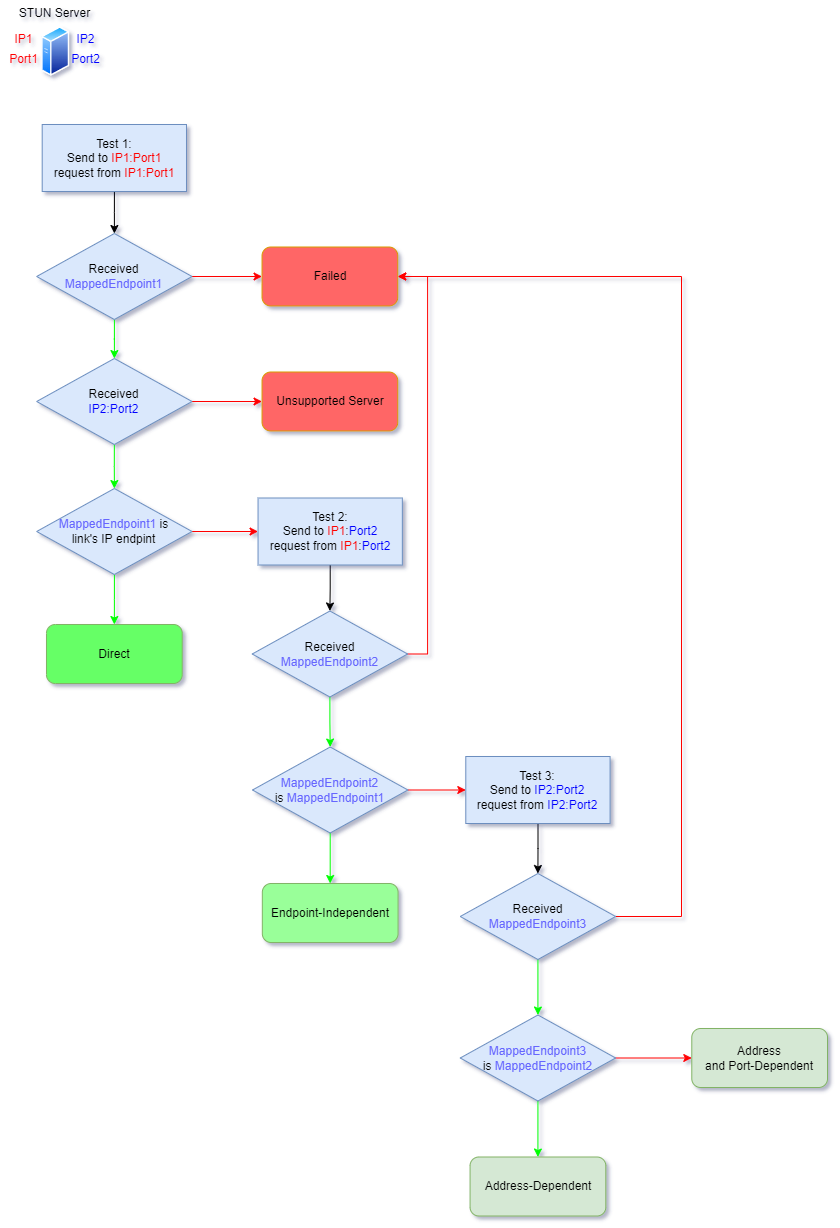
Before: pic/RFC5780_4.3.png, a diagram exported from draw.io (HMBSbige/NatTypeTester). Source tidied: cells renumbered, new cells last; positions are measured from the earlier drawing's top-left corner, leaving out a move shared by most shapes.
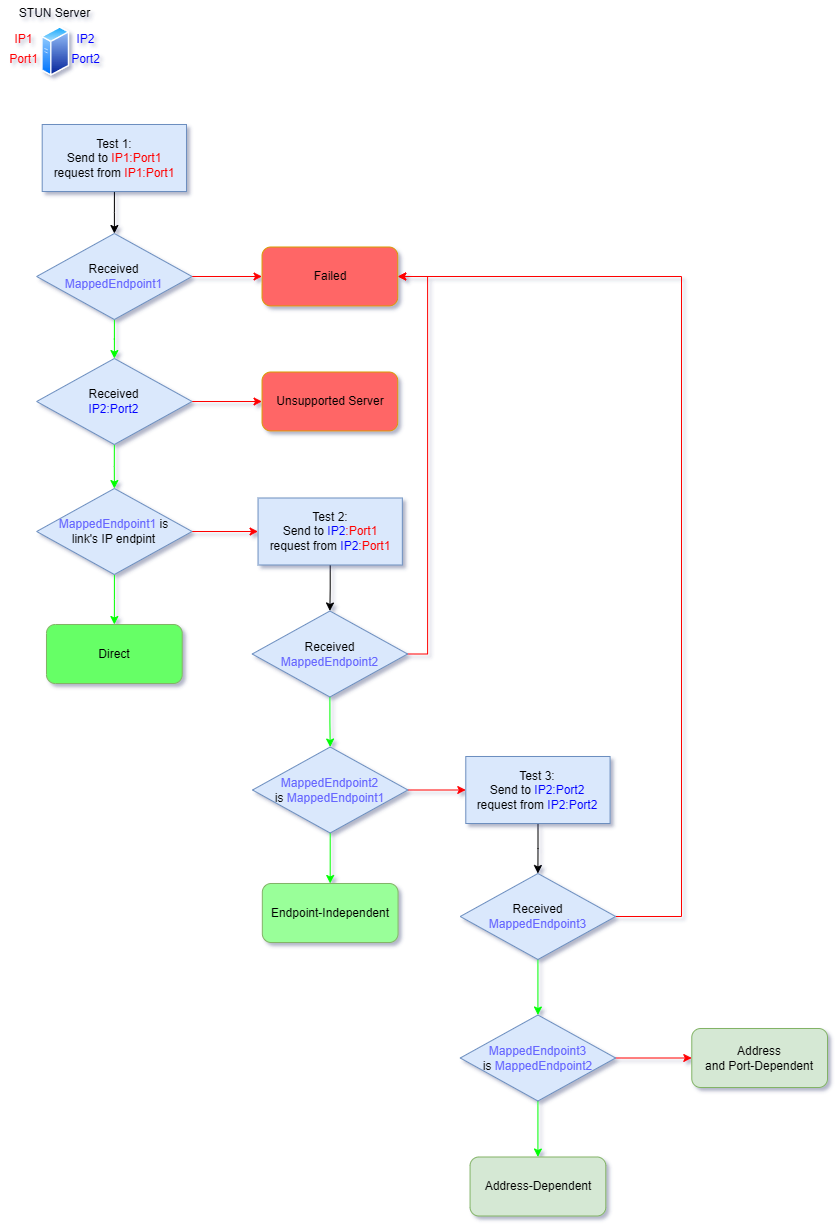
Later version of the same file.

Change to the diagram source:
```diff
@@ -53,7 +53,7 @@
     <mxCell id="18" style="edgeStyle=orthogonalEdgeStyle;rounded=0;jettySize=auto;html=1;exitX=0.5;exitY=1;exitDx=0;exitDy=0;entryX=0.5;entryY=0;entryDx=0;entryDy=0;fontColor=#000000;strokeColor=#000000;" parent="1" edge="1" source="19" target="25">
       <mxGeometry relative="1" as="geometry" />
     </mxCell>
-    <mxCell id="19" value="Test 2:&lt;br&gt;Send to&amp;nbsp;&lt;span style=&quot;color: rgb(255, 0, 0);&quot;&gt;IP1&lt;/span&gt;:&lt;span style=&quot;color: rgb(0, 0, 255);&quot;&gt;Port2&lt;/span&gt;&lt;span style=&quot;color: rgb(255, 0, 0);&quot;&gt;&lt;br&gt;&lt;/span&gt;request from&amp;nbsp;&lt;span style=&quot;color: rgb(255, 0, 0);&quot;&gt;IP1&lt;/span&gt;:&lt;span style=&quot;color: rgb(0, 0, 255);&quot;&gt;Port2&lt;/span&gt;" style="whiteSpace=wrap;html=1;fillColor=#dae8fc;strokeColor=#6c8ebf;rounded=0;labelBackgroundColor=none;fillStyle=auto;" parent="1" vertex="1">
+    <mxCell id="19" value="Test 2:&lt;br&gt;Send to&amp;nbsp;&lt;font color=&quot;#0000ff&quot;&gt;IP2&lt;/font&gt;&lt;font color=&quot;#ff0000&quot;&gt;:Port1&lt;/font&gt;&lt;span style=&quot;color: rgb(255, 0, 0);&quot;&gt;&lt;/span&gt;&lt;span style=&quot;color: rgb(255, 0, 0);&quot;&gt;&lt;br&gt;&lt;/span&gt;request from &lt;font color=&quot;#0000ff&quot;&gt;IP2&lt;/font&gt;&lt;font color=&quot;#ff0000&quot;&gt;:Port1&lt;/font&gt;" style="whiteSpace=wrap;html=1;fillColor=#dae8fc;strokeColor=#6c8ebf;rounded=0;labelBackgroundColor=none;fillStyle=auto;" parent="1" vertex="1">
       <mxGeometry x="257.6" y="497.5" width="144.3" height="67" as="geometry" />
     </mxCell>
     <mxCell id="20" style="edgeStyle=orthogonalEdgeStyle;rounded=0;jettySize=auto;html=1;entryX=0.5;entryY=0;entryDx=0;entryDy=0;fontFamily=Helvetica;fontColor=#000000;strokeColor=#00FF00;" parent="1" edge="1" source="22" target="35">
```
